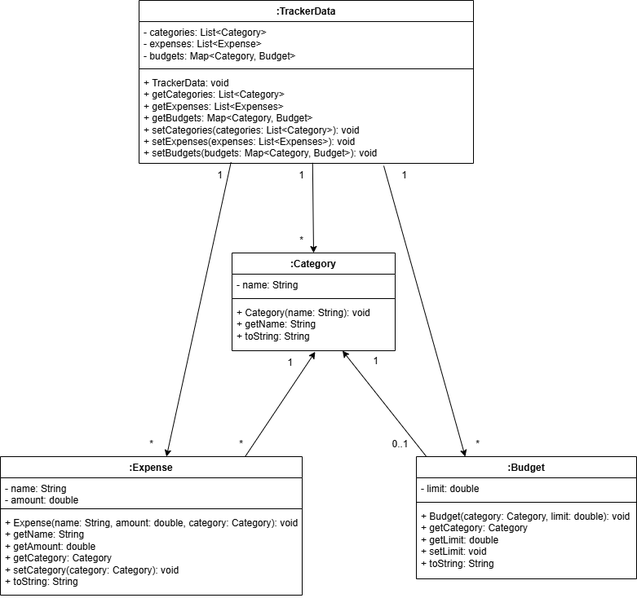
This is docs/developerguidepictures/TrackerData.drawio.png from nus-cs2113-AY2425S1/tp, a draw.io export, as it was before one commit. Source tidied: cells renumbered, new cells last; positions are measured from the earlier drawing's top-left corner, leaving out a move shared by most shapes.
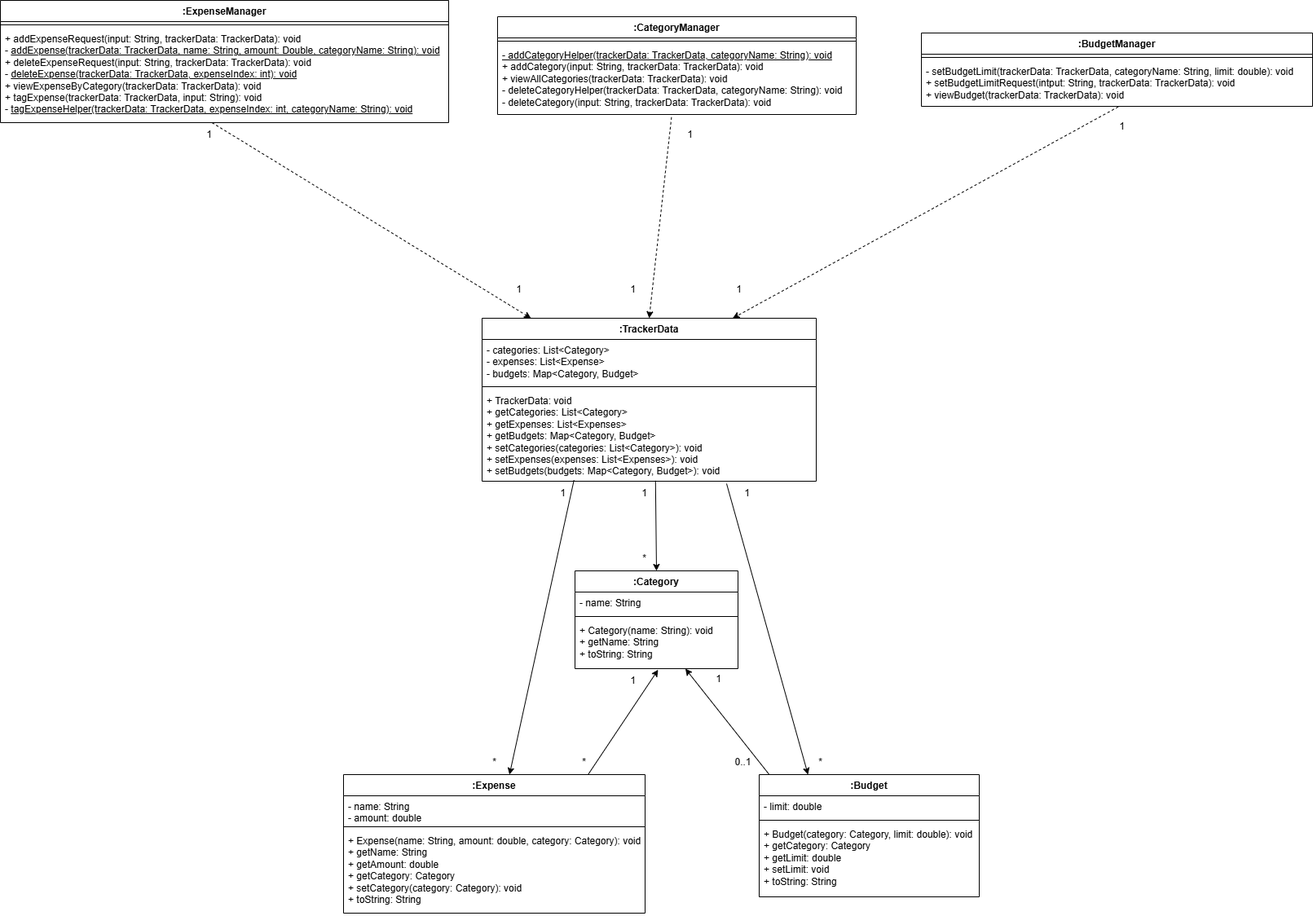
After the commit.

Commit message:
Refactor TrackerData class diagram and remove outdated core class diagram

What changed in the source:
```diff
@@ -97,5 +97,61 @@
     <mxCell id="32" value="*" style="text;html=1;align=center;verticalAlign=middle;strokeColor=none;fillColor=none;" parent="1" vertex="1">
       <mxGeometry x="570" y="530" width="30" height="30" as="geometry" />
     </mxCell>
+    <mxCell id="33" value=":ExpenseManager" style="swimlane;fontStyle=1;align=center;verticalAlign=top;horizontal=1;startSize=26;whiteSpace=wrap;html=1;" parent="1" vertex="1">
+      <mxGeometry x="-421" y="-390" width="550" height="150" as="geometry" />
+    </mxCell>
+    <mxCell id="34" style="line;strokeWidth=1;fillColor=none;align=left;verticalAlign=middle;spacingTop=-1;spacingLeft=3;spacingRight=3;labelPosition=right;strokeColor=inherit;" parent="33" vertex="1">
+      <mxGeometry y="26" width="550" height="8" as="geometry" />
+    </mxCell>
+    <mxCell id="35" value="+ addExpenseRequest(input: String, trackerData: TrackerData): void&lt;div&gt;- &lt;u&gt;addExpense(&lt;span style=&quot;background-color: initial;&quot;&gt;trackerData: TrackerData, name: String, amount: Double, categoryName: String): void&lt;/span&gt;&lt;/u&gt;&lt;/div&gt;&lt;div&gt;&lt;span style=&quot;background-color: initial;&quot;&gt;+ deleteExpenseRequest(input: String,&amp;nbsp;&lt;/span&gt;&lt;span style=&quot;background-color: initial;&quot;&gt;trackerData: TrackerData): void&lt;/span&gt;&lt;/div&gt;&lt;div&gt;&lt;span style=&quot;background-color: initial;&quot;&gt;- &lt;u&gt;deleteExpense(trackerData: TrackerData, expenseIndex: int): void&lt;/u&gt;&lt;/span&gt;&lt;/div&gt;&lt;div&gt;&lt;span style=&quot;background-color: initial;&quot;&gt;+ viewExpenseByCategory(trackerData: TrackerData): void&lt;/span&gt;&lt;/div&gt;&lt;div&gt;&lt;span style=&quot;background-color: initial;&quot;&gt;+ tagExpense(trackerData: TrackerData, input: String): void&lt;/span&gt;&lt;/div&gt;&lt;div&gt;&lt;span style=&quot;background-color: initial;&quot;&gt;- &lt;u&gt;tagExpenseHelper(trackerData: TrackerData, expenseIndex: int, categoryName: String): void&lt;/u&gt;&lt;/span&gt;&lt;/div&gt;" style="text;strokeColor=none;fillColor=none;align=left;verticalAlign=top;spacingLeft=4;spacingRight=4;overflow=hidden;points=[[0,0.5],[1,0.5]];portConstraint=eastwest;whiteSpace=wrap;html=1;" parent="33" vertex="1">
+      <mxGeometry y="34" width="550" height="116" as="geometry" />
+    </mxCell>
+    <mxCell id="36" value=":CategoryManager" style="swimlane;fontStyle=1;align=center;verticalAlign=top;horizontal=1;startSize=26;whiteSpace=wrap;html=1;" parent="1" vertex="1">
+      <mxGeometry x="189" y="-370" width="440" height="120" as="geometry" />
+    </mxCell>
+    <mxCell id="37" style="line;strokeWidth=1;fillColor=none;align=left;verticalAlign=middle;spacingTop=-1;spacingLeft=3;spacingRight=3;labelPosition=right;strokeColor=inherit;" parent="36" vertex="1">
+      <mxGeometry y="26" width="440" height="8" as="geometry" />
+    </mxCell>
+    <mxCell id="38" value="&lt;u&gt;- addCategoryHelper(trackerData: TrackerData, categoryName: String): void&lt;/u&gt;&lt;div&gt;+ addCategory(input: String, trackerData: TrackerData): void&lt;/div&gt;&lt;div&gt;+ viewAllCategories(trackerData: TrackerData): void&lt;/div&gt;&lt;div&gt;- deleteCategoryHelper(trackerData: TrackerData, categoryName: String): void&lt;/div&gt;&lt;div&gt;- deleteCategory(input: String, trackerData: TrackerData): void&lt;/div&gt;" style="text;strokeColor=none;fillColor=none;align=left;verticalAlign=top;spacingLeft=4;spacingRight=4;overflow=hidden;points=[[0,0.5],[1,0.5]];portConstraint=eastwest;whiteSpace=wrap;html=1;" parent="36" vertex="1">
+      <mxGeometry y="34" width="440" height="86" as="geometry" />
+    </mxCell>
+    <mxCell id="39" value=":BudgetManager" style="swimlane;fontStyle=1;align=center;verticalAlign=top;horizontal=1;startSize=26;whiteSpace=wrap;html=1;" parent="1" vertex="1">
+      <mxGeometry x="709" y="-350" width="480" height="90" as="geometry" />
+    </mxCell>
+    <mxCell id="40" style="line;strokeWidth=1;fillColor=none;align=left;verticalAlign=middle;spacingTop=-1;spacingLeft=3;spacingRight=3;labelPosition=right;strokeColor=inherit;" parent="39" vertex="1">
+      <mxGeometry y="26" width="480" height="8" as="geometry" />
+    </mxCell>
+    <mxCell id="41" value="- setBudgetLimit(trackerData: TrackerData, categoryName: String, limit: double): void&lt;div&gt;+ setBudgetLimitRequest(intput: String, trackerData: TrackerData): void&lt;/div&gt;&lt;div&gt;+ viewBudget(trackerData: TrackerData): void&lt;/div&gt;" style="text;strokeColor=none;fillColor=none;align=left;verticalAlign=top;spacingLeft=4;spacingRight=4;overflow=hidden;points=[[0,0.5],[1,0.5]];portConstraint=eastwest;whiteSpace=wrap;html=1;" parent="39" vertex="1">
+      <mxGeometry y="34" width="480" height="56" as="geometry" />
+    </mxCell>
+    <mxCell id="42" style="endArrow=classic;html=1;rounded=0;exitX=0.472;exitY=1;exitDx=0;exitDy=0;exitPerimeter=0;dashed=1;" parent="1" edge="1" source="35">
+      <mxGeometry relative="1" as="geometry">
+        <mxPoint x="230" as="targetPoint" />
+      </mxGeometry>
+    </mxCell>
+    <mxCell id="43" style="endArrow=classic;html=1;rounded=0;exitX=0.485;exitY=1.039;exitDx=0;exitDy=0;exitPerimeter=0;entryX=0.5;entryY=0;entryDx=0;entryDy=0;dashed=1;" parent="1" edge="1" source="38" target="2">
+      <mxGeometry relative="1" as="geometry" />
+    </mxCell>
+    <mxCell id="44" style="endArrow=classic;html=1;rounded=0;exitX=0.503;exitY=1.012;exitDx=0;exitDy=0;exitPerimeter=0;entryX=0.75;entryY=0;entryDx=0;entryDy=0;dashed=1;" parent="1" edge="1" source="41" target="2">
+      <mxGeometry relative="1" as="geometry" />
+    </mxCell>
+    <mxCell id="45" value="1" style="text;html=1;align=center;verticalAlign=middle;strokeColor=none;fillColor=none;" parent="1" vertex="1">
+      <mxGeometry x="-180" y="-240" width="30" height="30" as="geometry" />
+    </mxCell>
+    <mxCell id="46" value="1" style="text;html=1;align=center;verticalAlign=middle;strokeColor=none;fillColor=none;" parent="1" vertex="1">
+      <mxGeometry x="200" y="-50" width="30" height="30" as="geometry" />
+    </mxCell>
+    <mxCell id="47" value="1" style="text;html=1;align=center;verticalAlign=middle;strokeColor=none;fillColor=none;" parent="1" vertex="1">
+      <mxGeometry x="410" y="-240" width="30" height="30" as="geometry" />
+    </mxCell>
+    <mxCell id="48" value="1" style="text;html=1;align=center;verticalAlign=middle;strokeColor=none;fillColor=none;" parent="1" vertex="1">
+      <mxGeometry x="940" y="-250" width="30" height="30" as="geometry" />
+    </mxCell>
+    <mxCell id="49" value="1" style="text;html=1;align=center;verticalAlign=middle;strokeColor=none;fillColor=none;" parent="1" vertex="1">
+      <mxGeometry x="340" y="-50" width="30" height="30" as="geometry" />
+    </mxCell>
+    <mxCell id="50" value="1" style="text;html=1;align=center;verticalAlign=middle;strokeColor=none;fillColor=none;" parent="1" vertex="1">
+      <mxGeometry x="470" y="-50" width="30" height="30" as="geometry" />
+    </mxCell>
   </root>
 </mxGraphModel>
```
